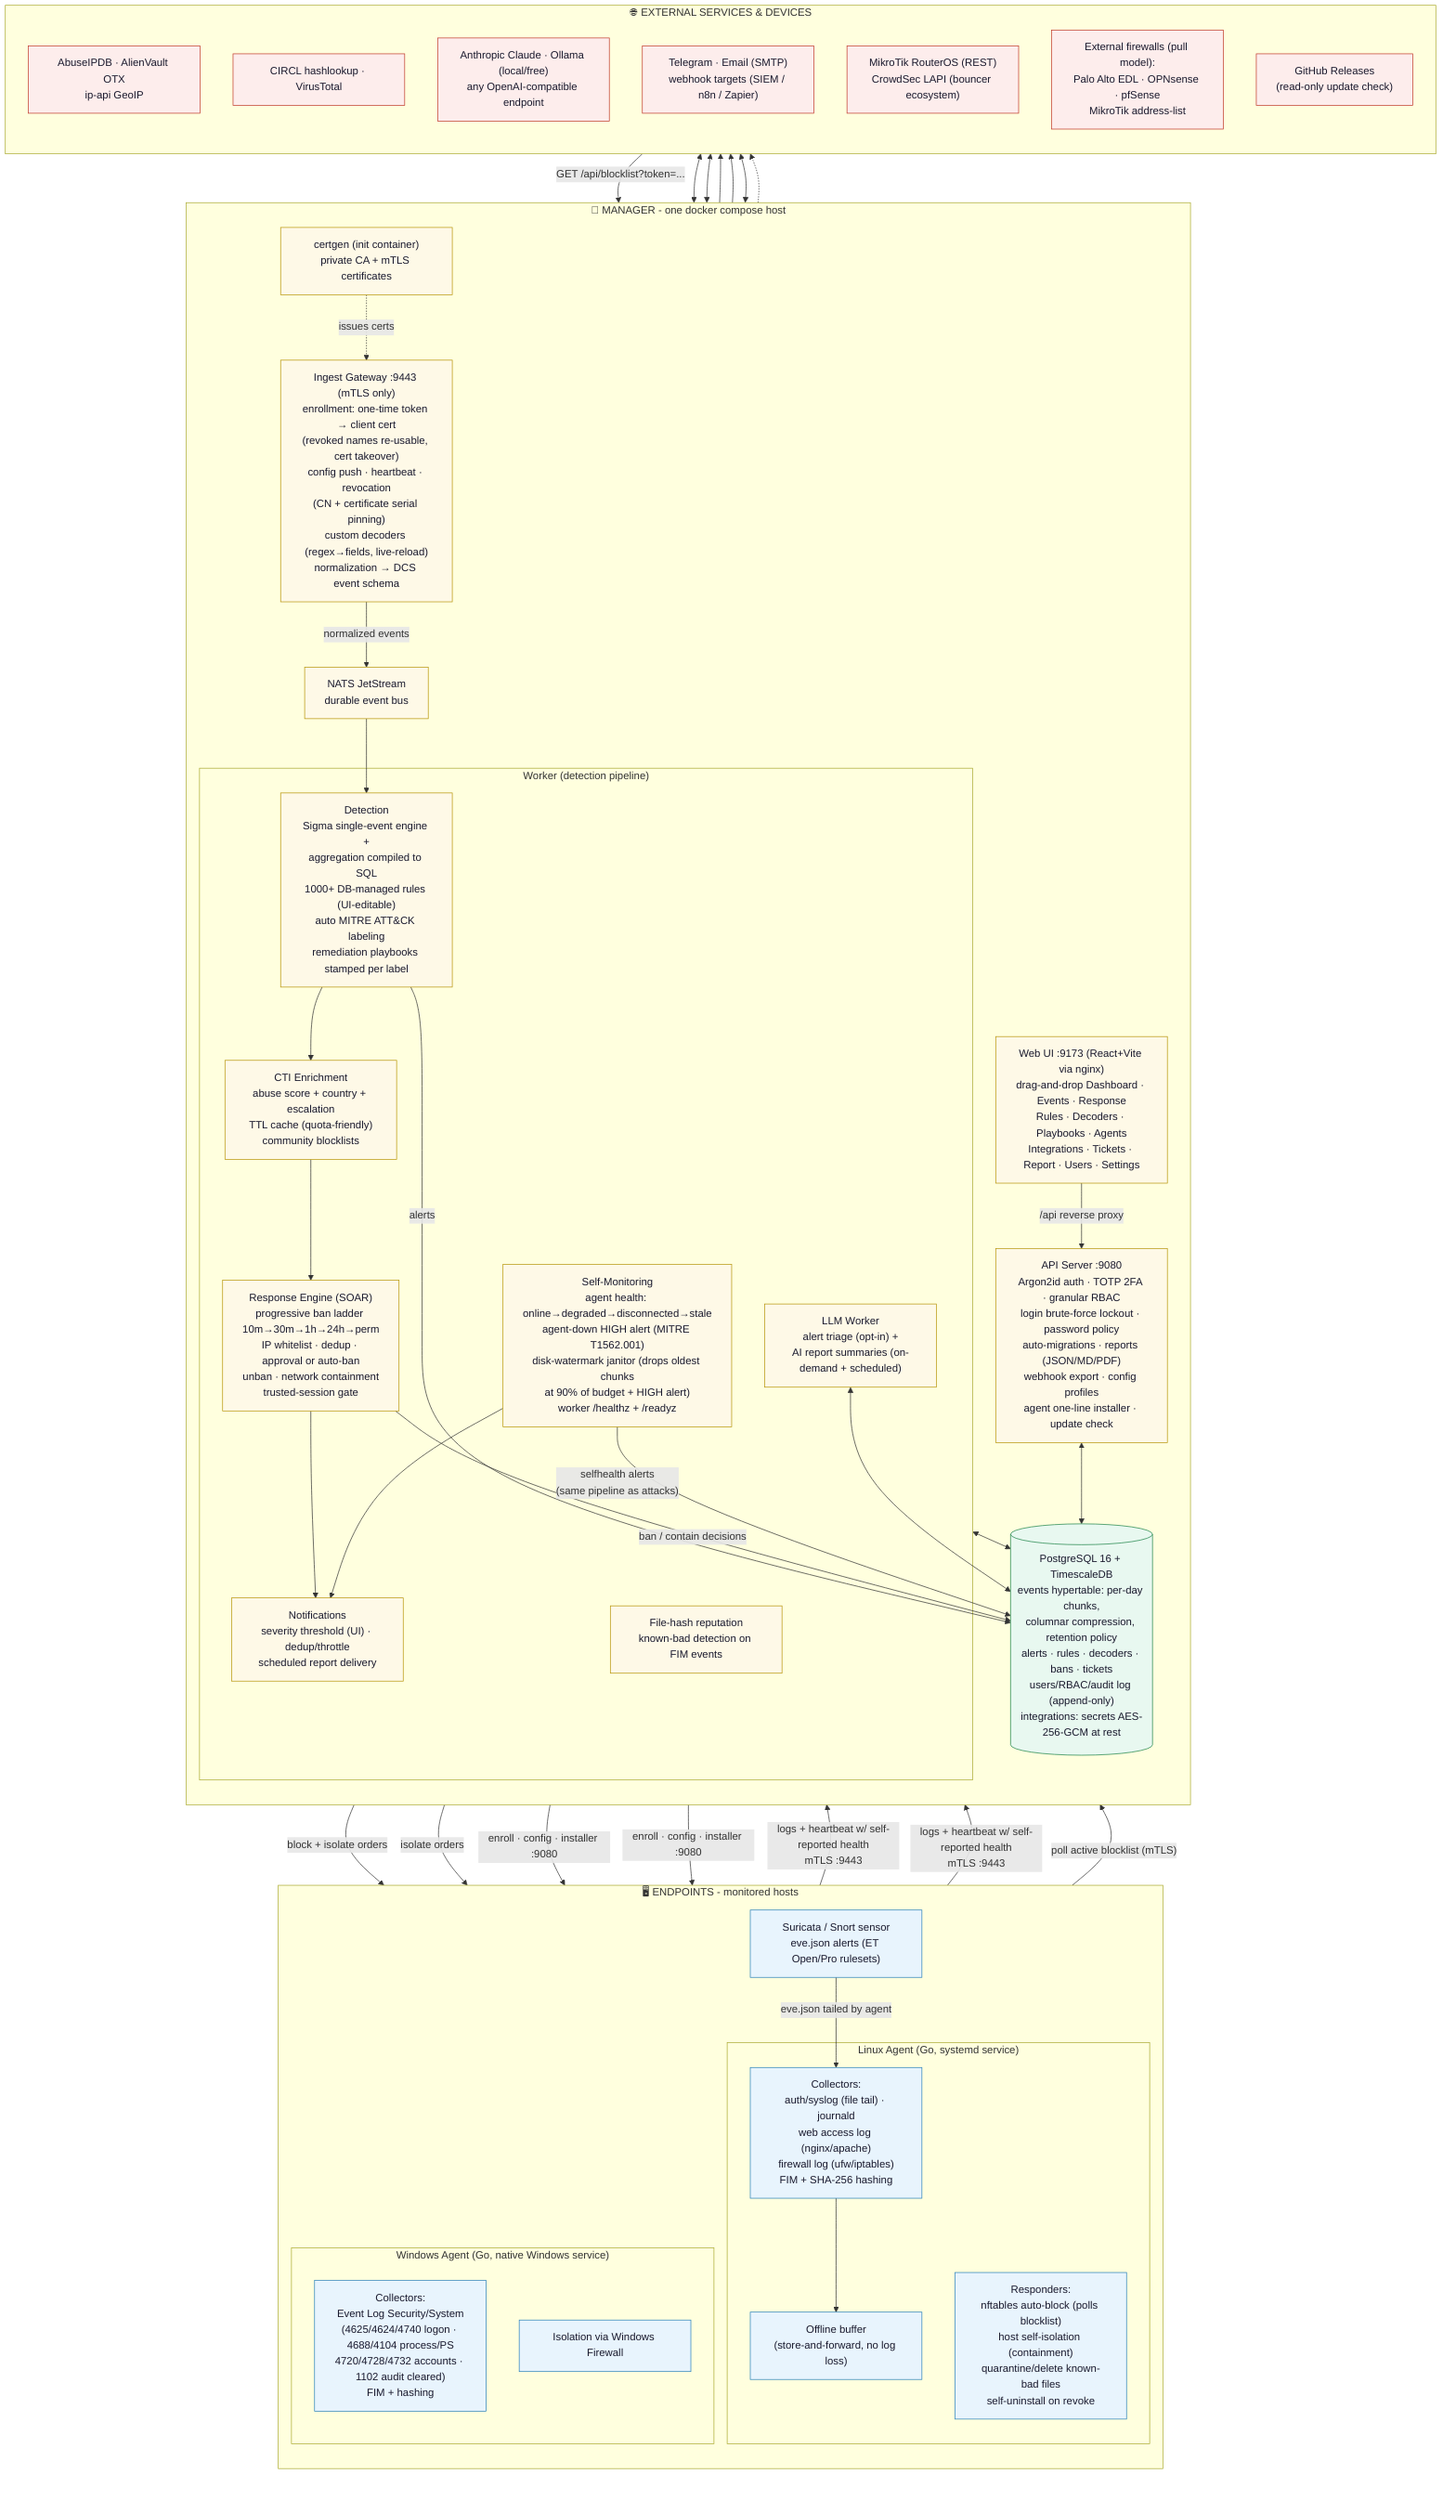
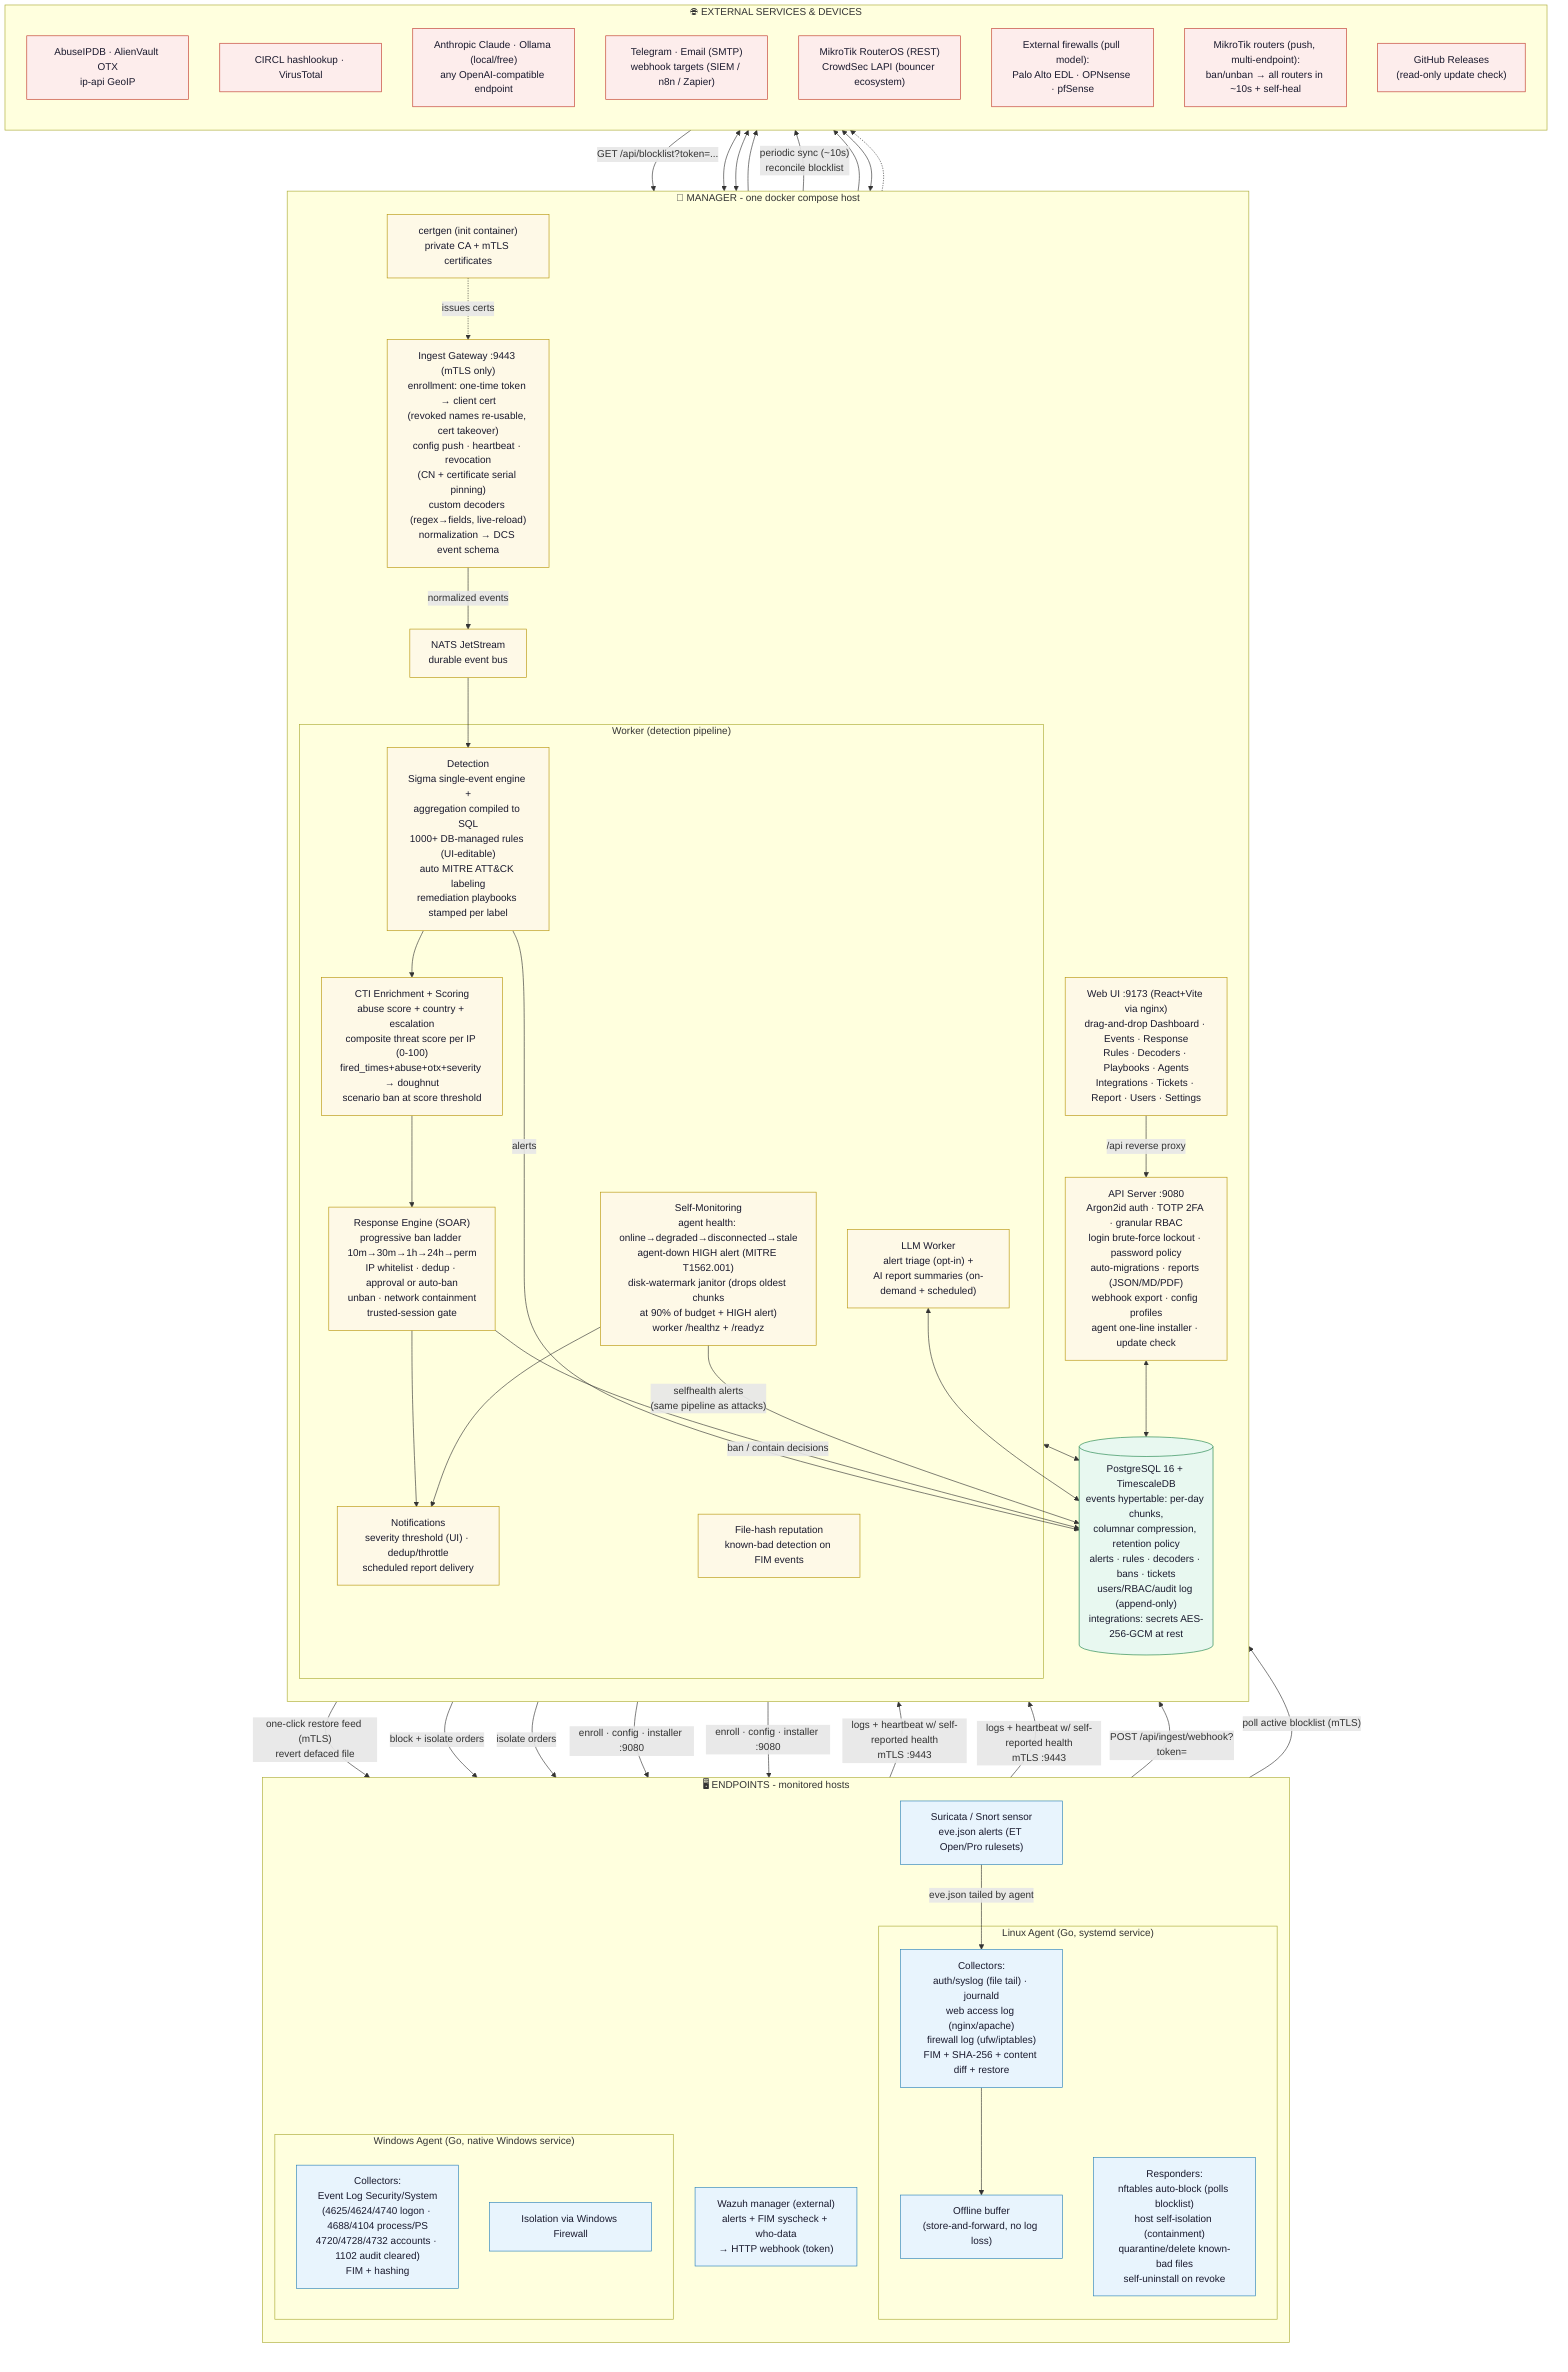
flowchart TB

  %% ══════════════ ENDPOINTS ══════════════
  subgraph EP["🖥️ ENDPOINTS - monitored hosts"]
    direction TB
    subgraph LA["Linux Agent (Go, systemd service)"]
-       LC["Collectors:<br/>auth/syslog (file tail) · journald<br/>web access log (nginx/apache)<br/>firewall log (ufw/iptables)<br/>FIM + SHA-256 hashing"]
+       LC["Collectors:<br/>auth/syslog (file tail) · journald<br/>web access log (nginx/apache)<br/>firewall log (ufw/iptables)<br/>FIM + SHA-256 + content diff + restore"]
      LB["Offline buffer<br/>(store-and-forward, no log loss)"]
      LR["Responders:<br/>nftables auto-block (polls blocklist)<br/>host self-isolation (containment)<br/>quarantine/delete known-bad files<br/>self-uninstall on revoke"]
    end
    subgraph WA["Windows Agent (Go, native Windows service)"]
      WC["Collectors:<br/>Event Log Security/System<br/>(4625/4624/4740 logon · 4688/4104 process/PS<br/>4720/4728/4732 accounts · 1102 audit cleared)<br/>FIM + hashing"]
      WR["Isolation via Windows Firewall"]
    end
    SUR["Suricata / Snort sensor<br/>eve.json alerts (ET Open/Pro rulesets)"]
+     WZ["Wazuh manager (external)<br/>alerts + FIM syscheck + who-data<br/>→ HTTP webhook (token)"]
  end

  %% ══════════════ MANAGER ══════════════
  subgraph MGR["🏰 MANAGER - one docker compose host"]
    direction TB
    CG["certgen (init container)<br/>private CA + mTLS certificates"]
    GW["Ingest Gateway :9443 (mTLS only)<br/>enrollment: one-time token → client cert<br/>(revoked names re-usable, cert takeover)<br/>config push · heartbeat · revocation<br/>(CN + certificate serial pinning)<br/>custom decoders (regex→fields, live-reload)<br/>normalization → DCS event schema"]
    BUS["NATS JetStream<br/>durable event bus"]
    subgraph WK["Worker (detection pipeline)"]
      DET["Detection<br/>Sigma single-event engine +<br/>aggregation compiled to SQL<br/>1000+ DB-managed rules (UI-editable)<br/>auto MITRE ATT&CK labeling<br/>remediation playbooks stamped per label"]
-       ENR["CTI Enrichment<br/>abuse score + country + escalation<br/>TTL cache (quota-friendly)<br/>community blocklists"]
+       ENR["CTI Enrichment + Scoring<br/>abuse score + country + escalation<br/>composite threat score per IP (0-100)<br/>fired_times+abuse+otx+severity → doughnut<br/>scenario ban at score threshold"]
      HREP["File-hash reputation<br/>known-bad detection on FIM events"]
      RSP["Response Engine (SOAR)<br/>progressive ban ladder 10m→30m→1h→24h→perm<br/>IP whitelist · dedup · approval or auto-ban<br/>unban · network containment<br/>trusted-session gate"]
      NTF["Notifications<br/>severity threshold (UI) · dedup/throttle<br/>scheduled report delivery"]
      LLMW["LLM Worker<br/>alert triage (opt-in) +<br/>AI report summaries (on-demand + scheduled)"]
      SELF["Self-Monitoring<br/>agent health: online→degraded→disconnected→stale<br/>agent-down HIGH alert (MITRE T1562.001)<br/>disk-watermark janitor (drops oldest chunks<br/>at 90% of budget + HIGH alert)<br/>worker /healthz + /readyz"]
    end
    DB[("PostgreSQL 16 + TimescaleDB<br/>events hypertable: per-day chunks,<br/>columnar compression, retention policy<br/>alerts · rules · decoders · bans · tickets<br/>users/RBAC/audit log (append-only)<br/>integrations: secrets AES-256-GCM at rest")]
    API["API Server :9080<br/>Argon2id auth · TOTP 2FA · granular RBAC<br/>login brute-force lockout · password policy<br/>auto-migrations · reports (JSON/MD/PDF)<br/>webhook export · config profiles<br/>agent one-line installer · update check"]
    WEB["Web UI :9173 (React+Vite via nginx)<br/>drag-and-drop Dashboard · Events · Response<br/>Rules · Decoders · Playbooks · Agents<br/>Integrations · Tickets · Report · Users · Settings"]
  end

  %% ══════════════ EXTERNAL ══════════════
  subgraph EXT["🌐 EXTERNAL SERVICES & DEVICES"]
    direction TB
    CTI["AbuseIPDB · AlienVault OTX<br/>ip-api GeoIP"]
    HASHSVC["CIRCL hashlookup · VirusTotal"]
    LLMP["Anthropic Claude · Ollama (local/free)<br/>any OpenAI-compatible endpoint"]
    CHAN["Telegram · Email (SMTP)<br/>webhook targets (SIEM / n8n / Zapier)"]
    ENF["MikroTik RouterOS (REST)<br/>CrowdSec LAPI (bouncer ecosystem)"]
-     EDL["External firewalls (pull model):<br/>Palo Alto EDL · OPNsense · pfSense<br/>MikroTik address-list"]
+     EDL["External firewalls (pull model):<br/>Palo Alto EDL · OPNsense · pfSense"]
+     MTK["MikroTik routers (push, multi-endpoint):<br/>ban/unban → all routers in ~10s + self-heal"]
    GH["GitHub Releases<br/>(read-only update check)"]
  end

  %% ══════════════ FLOWS ══════════════
  LC --> LB
  LB -- "logs + heartbeat w/ self-reported health<br/>mTLS :9443" --> GW
  WC -- "logs + heartbeat w/ self-reported health<br/>mTLS :9443" --> GW
  SUR -- "eve.json tailed by agent" --> LC
+   WZ -- "POST /api/ingest/webhook?token=" --> API
  CG -.->|issues certs| GW
  GW -- "normalized events" --> BUS
  BUS --> DET
  DET -- "alerts" --> DB
  DET --> ENR
  ENR <--> CTI
  HREP <--> HASHSVC
  ENR --> RSP
  RSP -- "ban / contain decisions" --> DB
  RSP --> NTF
  RSP --> ENF
+   RSP -- "periodic sync (~10s)<br/>reconcile blocklist" --> MTK
+   GW -- "one-click restore feed (mTLS)<br/>revert defaced file" --> LR
  NTF --> CHAN
  SELF -- "selfhealth alerts<br/>(same pipeline as attacks)" --> DB
  SELF --> NTF
  LLMW <--> LLMP
  LLMW <--> DB
  WK <--> DB
  API <--> DB
  WEB -- "/api reverse proxy" --> API
  API -- "enroll · config · installer :9080" --> LA
  API -- "enroll · config · installer :9080" --> WA
  LR -- "poll active blocklist (mTLS)" --> GW
  GW -- "block + isolate orders" --> LR
  GW -- "isolate orders" --> WR
  EDL -- "GET /api/blocklist?token=..." --> API
  API -.-> GH

  %% ══════════════ STYLES ══════════════
  classDef endpoint fill:#e8f4fd,stroke:#2980b9,color:#1a1a2e
  classDef manager fill:#fef9e7,stroke:#b7950b,color:#1a1a2e
  classDef storage fill:#e8f8f0,stroke:#1e8449,color:#1a1a2e
  classDef external fill:#fdedec,stroke:#c0392b,color:#1a1a2e
-   class LC,LB,LR,WC,WR,SUR endpoint
+   class LC,LB,LR,WC,WR,SUR,WZ endpoint
  class CG,GW,BUS,DET,ENR,HREP,RSP,NTF,LLMW,SELF,API,WEB manager
  class DB storage
-   class CTI,HASHSVC,LLMP,CHAN,ENF,EDL,GH external
+   class CTI,HASHSVC,LLMP,CHAN,ENF,EDL,MTK,GH external
